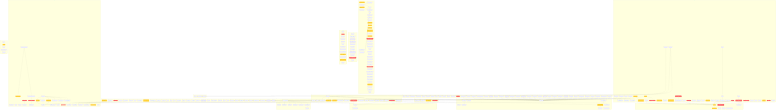
Before: project/flow.png, a diagram exported from Mermaid (wronai/fixos). Its source is kept beside it as project/flow.mmd.
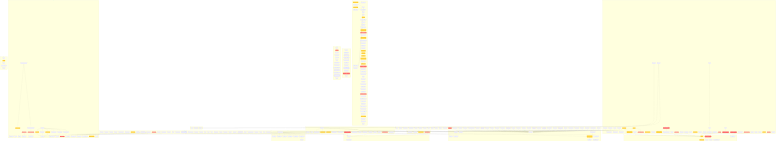
After the change.

Change to the diagram source:
```diff
@@ -51,7 +51,9 @@
         fixos__cli__providers["providers"]
         fixos__cli__test_llm["test_llm"]
         fixos__cli__orchestrate("orchestrate CC=13")
-        fixos__cli__cleanup_services{{cleanup_services CC=33}}
+        fixos__cli___cleanup_flatpak_detailed{{_cleanup_flatpak_detailed CC=23}}
+        fixos__cli___parse_size_to_gb["_parse_size_to_gb"]
+        fixos__cli__cleanup_services{{cleanup_services CC=34}}
         fixos__cli__rollback["rollback"]
         fixos__cli__rollback_list["rollback_list"]
         fixos__cli__rollback_show["rollback_show"]
@@ -99,6 +101,18 @@
         fixos___get_oldest_file_date["_get_oldest_file_date"]
         fixos___get_newest_file_date["_get_newest_file_date"]
         fixos__diagnostics__disk_analyzer__main["main"]
+        fixos__to_dict["to_dict"]
+        fixos____init__["__init__"]
+        fixos__analyze("analyze CC=9")
+        fixos___run_flatpak_command["_run_flatpak_command"]
+        fixos___parse_size["_parse_size"]
+        fixos___format_size["_format_size"]
+        fixos___load_installed_refs["_load_installed_refs"]
+        fixos___find_unused_runtimes("_find_unused_runtimes CC=14")
+        fixos___find_leftover_data{{_find_leftover_data CC=15}}
+        fixos___find_orphaned_apps["_find_orphaned_apps"]
+        fixos__get_cleanup_summary("get_cleanup_summary CC=8")
+        fixos__analyze_flatpak_for_cleanup["analyze_flatpak_for_cleanup"]
         fixos____init__["__init__"]
         fixos__scan_all_services["scan_all_services"]
         fixos__scan_service["scan_service"]
@@ -109,6 +123,8 @@
         fixos___get_docker_details{{_get_docker_details CC=18}}
         fixos___get_ollama_details["_get_ollama_details"]
         fixos___get_package_cache_details["_get_package_cache_details"]
+        fixos___get_flatpak_details["_get_flatpak_details"]
+        fixos___parse_size_bytes["_parse_size_bytes"]
         fixos___get_service_description["_get_service_description"]
         fixos___get_cleanup_command["_get_cleanup_command"]
         fixos___get_preview_command["_get_preview_command"]
@@ -210,17 +226,17 @@
         fixos___check_top_processes["_check_top_processes"]
         fixos___check_zombies["_check_zombies"]
         fixos___check_swap["_check_swap"]
+        fixos__plugins__builtin__audio__Plugin__diagnose("diagnose CC=10")
+        fixos___check_alsa["_check_alsa"]
+        fixos___check_pipewire["_check_pipewire"]
+        fixos___check_wireplumber["_check_wireplumber"]
+        fixos__plugins__builtin__audio__Plugin___check_sof["_check_sof"]
         fixos__diagnose{{diagnose CC=16}}
         fixos___check_firewall("_check_firewall CC=8")
         fixos___check_selinux["_check_selinux"]
         fixos___check_open_ports["_check_open_ports"]
         fixos___check_ssh("_check_ssh CC=8")
         fixos___check_fail2ban["_check_fail2ban"]
-        fixos__plugins__builtin__audio__Plugin__diagnose("diagnose CC=10")
-        fixos___check_alsa["_check_alsa"]
-        fixos___check_pipewire["_check_pipewire"]
-        fixos___check_wireplumber["_check_wireplumber"]
-        fixos__plugins__builtin__audio__Plugin___check_sof["_check_sof"]
         fixos__plugins__builtin__disk__Plugin__diagnose("diagnose CC=12")
         fixos___check_usage["_check_usage"]
         fixos___check_inodes["_check_inodes"]
@@ -270,6 +286,15 @@
     end
     subgraph fixos_utils
         fixos__utils__timeout__timeout_handler["timeout_handler"]
+        fixos__utils__web_search___http_get["_http_get"]
+        fixos__utils__web_search__search_fedora_bugzilla["search_fedora_bugzilla"]
+        fixos__utils__web_search__search_ask_fedora["search_ask_fedora"]
+        fixos__utils__web_search__search_arch_wiki("search_arch_wiki CC=9")
+        fixos__utils__web_search__search_github_issues["search_github_issues"]
+        fixos__utils__web_search__search_serpapi["search_serpapi"]
+        fixos__utils__web_search__search_ddg("search_ddg CC=8")
+        fixos__utils__web_search__search_all["search_all"]
+        fixos__utils__web_search__format_results_for_llm["format_results_for_llm"]
         fixos__utils__anonymizer__AnonymizationReport__add["add"]
         fixos__summary["summary"]
         fixos__utils__anonymizer___get_sensitive["_get_sensitive"]
@@ -279,15 +304,6 @@
         fixos___format_diagnostics_markdown["_format_diagnostics_markdown"]
         fixos__utils__anonymizer___dict_to_markdown{{_dict_to_markdown CC=18}}
         fixos__utils__anonymizer___format_key_title["_format_key_title"]
-        fixos__utils__web_search___http_get["_http_get"]
-        fixos__utils__web_search__search_fedora_bugzilla["search_fedora_bugzilla"]
-        fixos__utils__web_search__search_ask_fedora["search_ask_fedora"]
-        fixos__utils__web_search__search_arch_wiki("search_arch_wiki CC=9")
-        fixos__utils__web_search__search_github_issues["search_github_issues"]
-        fixos__utils__web_search__search_serpapi["search_serpapi"]
-        fixos__utils__web_search__search_ddg("search_ddg CC=8")
-        fixos__utils__web_search__search_all["search_all"]
-        fixos__utils__web_search__format_results_for_llm["format_results_for_llm"]
         fixos__utils__terminal__colorize["colorize"]
         fixos__utils__terminal__render_md{{render_md CC=16}}
         fixos__utils__terminal__print_cmd_block["print_cmd_block"]
@@ -307,7 +323,6 @@
     fixos__platform_utils__elevate_cmd --> fixos__platform_utils__needs_elevation
     fixos__platform_utils__get_package_manager --> fixos__platform_utils___cmd_exists
     fixos__platform_utils__install_package_cmd --> fixos__platform_utils__get_package_manager
-    fixos__anonymizer__anonymize --> fixos__anonymizer__get_sensitive_values
     fixos__system_checks__get_fedora_specific --> fixos__system_checks__run_cmd
     fixos__system_checks__get_full_diagnostics --> fixos__system_checks__get_cpu_info
     fixos__system_checks__get_full_diagnostics --> fixos__system_checks__get_memory_info
@@ -315,6 +330,7 @@
     fixos__system_checks__get_full_diagnostics --> fixos__system_checks__get_network_info
     fixos__system_checks__get_full_diagnostics --> fixos__system_checks__get_top_processes
     fixos__system_checks__get_full_diagnostics --> fixos__system_checks__get_fedora_specific
+    fixos__anonymizer__anonymize --> fixos__anonymizer__get_sensitive_values
     fixos__llm_shell__run_llm_shell --> fixos__anonymizer__anonymize
     fixos__diagnostics__system_checks__diagnose_audio --> fixos__diagnostics__system_checks___cmd
     fixos__diagnose_thumbnails --> fixos__diagnostics__system_checks___cmd
@@ -323,6 +339,7 @@
     fixos__diagnostics__system_checks__diagnose_system --> fixos__diagnostics__system_checks___cmd
     fixos__diagnose_security --> fixos__diagnostics__system_checks___cmd
     fixos__diagnose_resources --> fixos___psutil_required
+    fixos__config__FixOsConfig__load --> fixos__config___load_env_files
     fixos__agent__hitl___print_cmd_result --> fixos__utils__terminal__print_stdout_box
     fixos__agent__hitl___print_cmd_result --> fixos__utils__terminal__print_stderr_box
     fixos__agent__hitl___run_cmd --> fixos__platform_utils__elevate_cmd
@@ -334,13 +351,7 @@
     fixos__agent__hitl__run_hitl_session --> fixos__anonymizer__anonymize
     fixos__agent__hitl__run_hitl_session --> fixos__platform_utils__setup_signal_timeout
     fixos__agent__hitl__run_hitl_session --> fixos__platform_utils__get_package_manager
-    fixos__config__FixOsConfig__load --> fixos__config___load_env_files
     fixos__agent__autonomous__run_autonomous_session --> fixos__anonymizer__anonymize
-    fixos__utils__anonymizer__anonymize --> fixos__utils__anonymizer___get_sensitive
-    fixos__display_anonymized_preview --> fixos___format_diagnostics_markdown
-    fixos__display_anonymized_preview --> fixos__utils__anonymizer___colorize_md_line
-    fixos___format_diagnostics_markdown --> fixos__utils__anonymizer___dict_to_markdown
-    fixos__utils__anonymizer___dict_to_markdown --> fixos__utils__anonymizer___format_key_title
     fixos__utils__web_search__search_fedora_bugzilla --> fixos__utils__web_search___http_get
     fixos__utils__web_search__search_ask_fedora --> fixos__utils__web_search___http_get
     fixos__utils__web_search__search_arch_wiki --> fixos__utils__web_search___http_get
@@ -352,6 +363,11 @@
     fixos__utils__web_search__search_all --> fixos__utils__web_search__search_github_issues
     fixos__utils__web_search__search_all --> fixos__utils__web_search__search_serpapi
     fixos__utils__web_search__search_all --> fixos__utils__web_search__search_ddg
+    fixos__utils__anonymizer__anonymize --> fixos__utils__anonymizer___get_sensitive
+    fixos__display_anonymized_preview --> fixos___format_diagnostics_markdown
+    fixos__display_anonymized_preview --> fixos__utils__anonymizer___colorize_md_line
+    fixos___format_diagnostics_markdown --> fixos__utils__anonymizer___dict_to_markdown
+    fixos__utils__anonymizer___dict_to_markdown --> fixos__utils__anonymizer___format_key_title
     fixos__load_from_diagnostics --> fixos__anonymizer__anonymize
     fixos___evaluate_and_rediagnose --> fixos__anonymizer__anonymize
     fixos___default_confirm --> fixos__utils__terminal__print_problem_header
@@ -361,15 +377,15 @@
     fixos___check_cpu --> fixos__platform_utils__run_command
     fixos___check_top_processes --> fixos__platform_utils__run_command
     fixos___check_zombies --> fixos__platform_utils__run_command
+    fixos___check_alsa --> fixos__platform_utils__run_command
+    fixos___check_pipewire --> fixos__platform_utils__run_command
+    fixos___check_wireplumber --> fixos__platform_utils__run_command
+    fixos__plugins__builtin__audio__Plugin___check_sof --> fixos__platform_utils__run_command
     fixos___check_firewall --> fixos__platform_utils__run_command
     fixos___check_selinux --> fixos__platform_utils__run_command
     fixos___check_open_ports --> fixos__platform_utils__run_command
     fixos___check_ssh --> fixos__platform_utils__run_command
     fixos___check_fail2ban --> fixos__platform_utils__run_command
-    fixos___check_alsa --> fixos__platform_utils__run_command
-    fixos___check_pipewire --> fixos__platform_utils__run_command
-    fixos___check_wireplumber --> fixos__platform_utils__run_command
-    fixos__plugins__builtin__audio__Plugin___check_sof --> fixos__platform_utils__run_command
     fixos___check_usage --> fixos__platform_utils__run_command
     fixos___check_inodes --> fixos__platform_utils__run_command
     fixos___check_readonly --> fixos__platform_utils__run_command
@@ -410,5 +426,5 @@
 
     classDef highCC fill:#ff6b6b,stroke:#c92a2a,color:#fff
     classDef medCC fill:#ffd43b,stroke:#f08c00,color:#000
-    class fixos__llm_shell__run_llm_shell,fixos___identify_cache_type,fixos__agent__hitl__run_hitl_session,fixos__config__interactive_provider_setup,fixos__agent__autonomous__run_autonomous_session,fixos___get_docker_details,fixos__providers__llm__LLMClient__chat,fixos__utils__anonymizer__anonymize,fixos__utils__anonymizer___dict_to_markdown,fixos__utils__terminal__render_md,fixos__run_sync,fixos___generate_recommendations,fixos__diagnose,fixos__cli___handle_natural_command,fixos__cli___run_disk_analysis,fixos__cli__fix,fixos__cli__execute_cleanup_actions,fixos__cli__token_set,fixos__cli__cleanup_services,fixos__cli__report highCC
-    class fixos__watch__WatchDaemon__run,fixos__platform_utils__get_package_manager,fixos__llm_shell__execute_command,fixos__diagnostics__system_checks__diagnose_system,fixos__diagnose_resources,fixos__get_cache_dirs,fixos__get_log_dirs,fixos__get_temp_dirs,fixos__suggest_cleanup_actions,fixos___categorize_file,fixos__agent__hitl___print_cmd_result,fixos__agent__hitl___extract_fixes,fixos__config___load_env_files,fixos__config__FixOsConfig__load,fixos__get_cleanup_plan,fixos___sanitize_suggestion,fixos__enhance_heuristics_with_llm,fixos__utils__anonymizer___colorize_md_line,fixos__utils__web_search__search_arch_wiki,fixos__utils__web_search__search_ddg,fixos__utils__terminal__render_tree_colored,fixos__execute_sync,fixos__execute,fixos___recalculate_order,fixos___evaluate_and_rediagnose,fixos___default_progress,fixos__prioritize_actions,fixos__create_cleanup_plan,fixos___get_category_for_action,fixos__diagnose medCC
+    class fixos__llm_shell__run_llm_shell,fixos__config__interactive_provider_setup,fixos___identify_cache_type,fixos___find_leftover_data,fixos__agent__hitl__run_hitl_session,fixos__agent__autonomous__run_autonomous_session,fixos__providers__llm__LLMClient__chat,fixos___get_docker_details,fixos__utils__anonymizer__anonymize,fixos__utils__anonymizer___dict_to_markdown,fixos__utils__terminal__render_md,fixos__run_sync,fixos___generate_recommendations,fixos__diagnose,fixos__cli___handle_natural_command,fixos__cli___run_disk_analysis,fixos__cli__fix,fixos__cli__execute_cleanup_actions,fixos__cli__token_set,fixos__cli___cleanup_flatpak_detailed,fixos__cli__cleanup_services,fixos__cli__report highCC
+    class fixos__watch__WatchDaemon__run,fixos__platform_utils__get_package_manager,fixos__llm_shell__execute_command,fixos__diagnostics__system_checks__diagnose_system,fixos__diagnose_resources,fixos__config___load_env_files,fixos__config__FixOsConfig__load,fixos__get_cache_dirs,fixos__get_log_dirs,fixos__get_temp_dirs,fixos__suggest_cleanup_actions,fixos___categorize_file,fixos__analyze,fixos___find_unused_runtimes,fixos__get_cleanup_summary,fixos__agent__hitl___print_cmd_result,fixos__agent__hitl___extract_fixes,fixos__get_cleanup_plan,fixos___sanitize_suggestion,fixos__enhance_heuristics_with_llm,fixos__utils__web_search__search_arch_wiki,fixos__utils__web_search__search_ddg,fixos__utils__anonymizer___colorize_md_line,fixos__utils__terminal__render_tree_colored,fixos__execute_sync,fixos__execute,fixos___recalculate_order,fixos___evaluate_and_rediagnose,fixos___default_progress,fixos__prioritize_actions medCC
```
